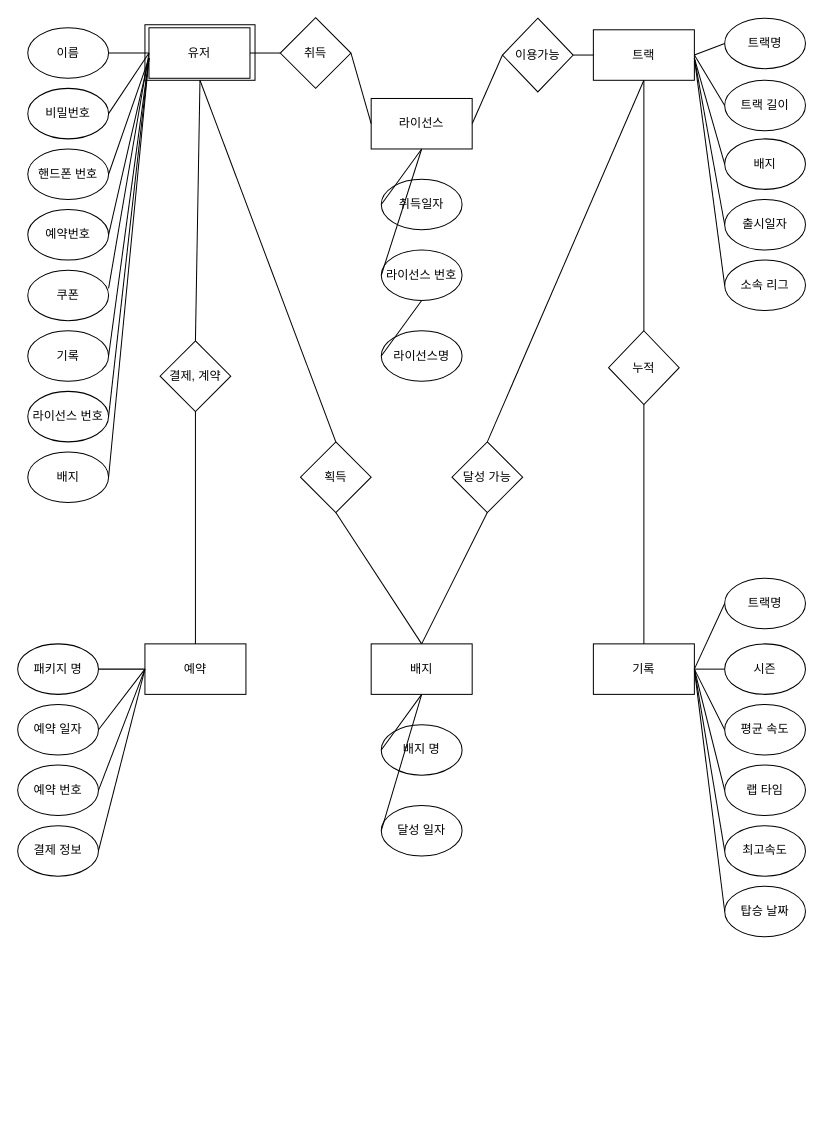
bejpark/dbexercise keeps this draw.io diagram as Untitled Diagram.drawio. Above is the earlier version. Source tidied: cells renumbered, new cells numbered last; positions are measured from the earlier drawing's top-left corner, leaving out a move shared by most shapes. Both pictures are drawn from the tidied source at 101%, with x=0, y=0 at pixel (17, 17).
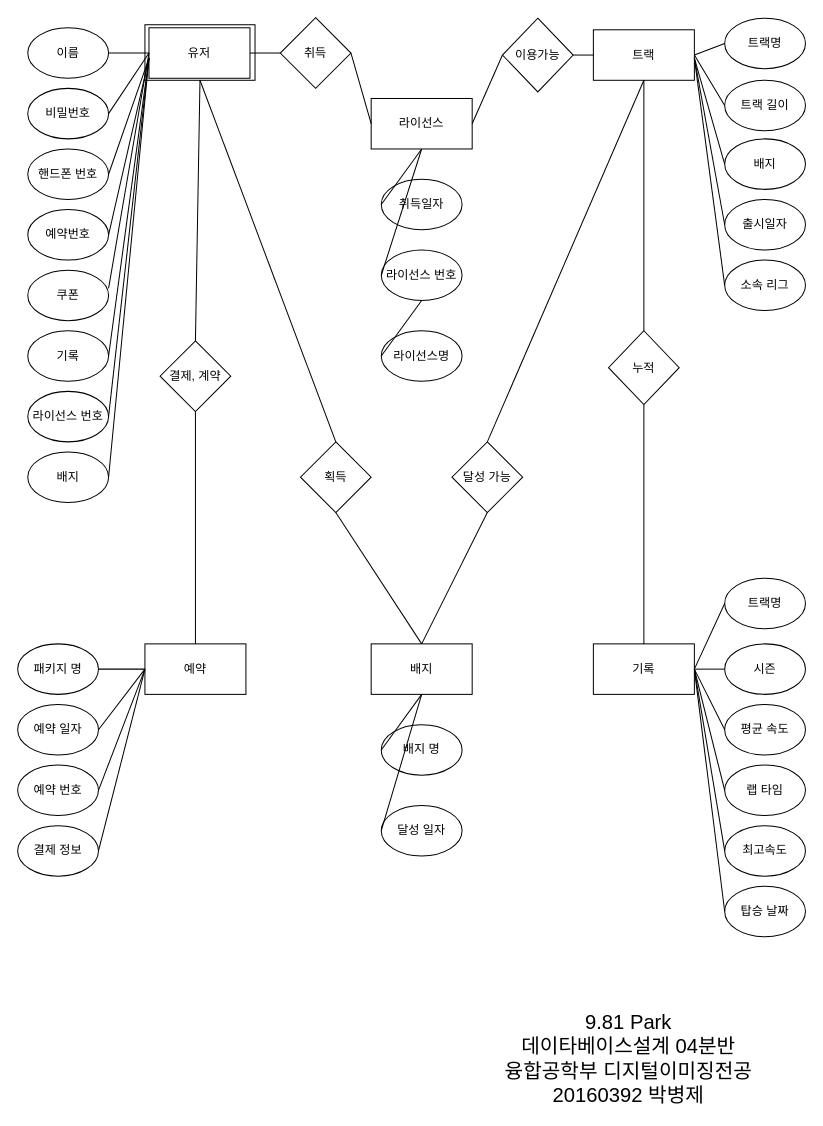
The same page after the edit.

What changed in the source:
```diff
@@
+    <mxCell id="83" value="&lt;font style=&quot;font-size: 20px&quot;&gt;9.81 Park&lt;br&gt;데이타베이스설계 04분반&lt;br&gt;융합공학부 디지털이미징전공&lt;br&gt;20160392 박병제&lt;/font&gt;" style="text;html=1;strokeColor=none;fillColor=none;align=center;verticalAlign=middle;whiteSpace=wrap;rounded=0;" parent="1" vertex="1">
+      <mxGeometry x="470" y="980" width="270" height="100" as="geometry" />
+    </mxCell>
```
